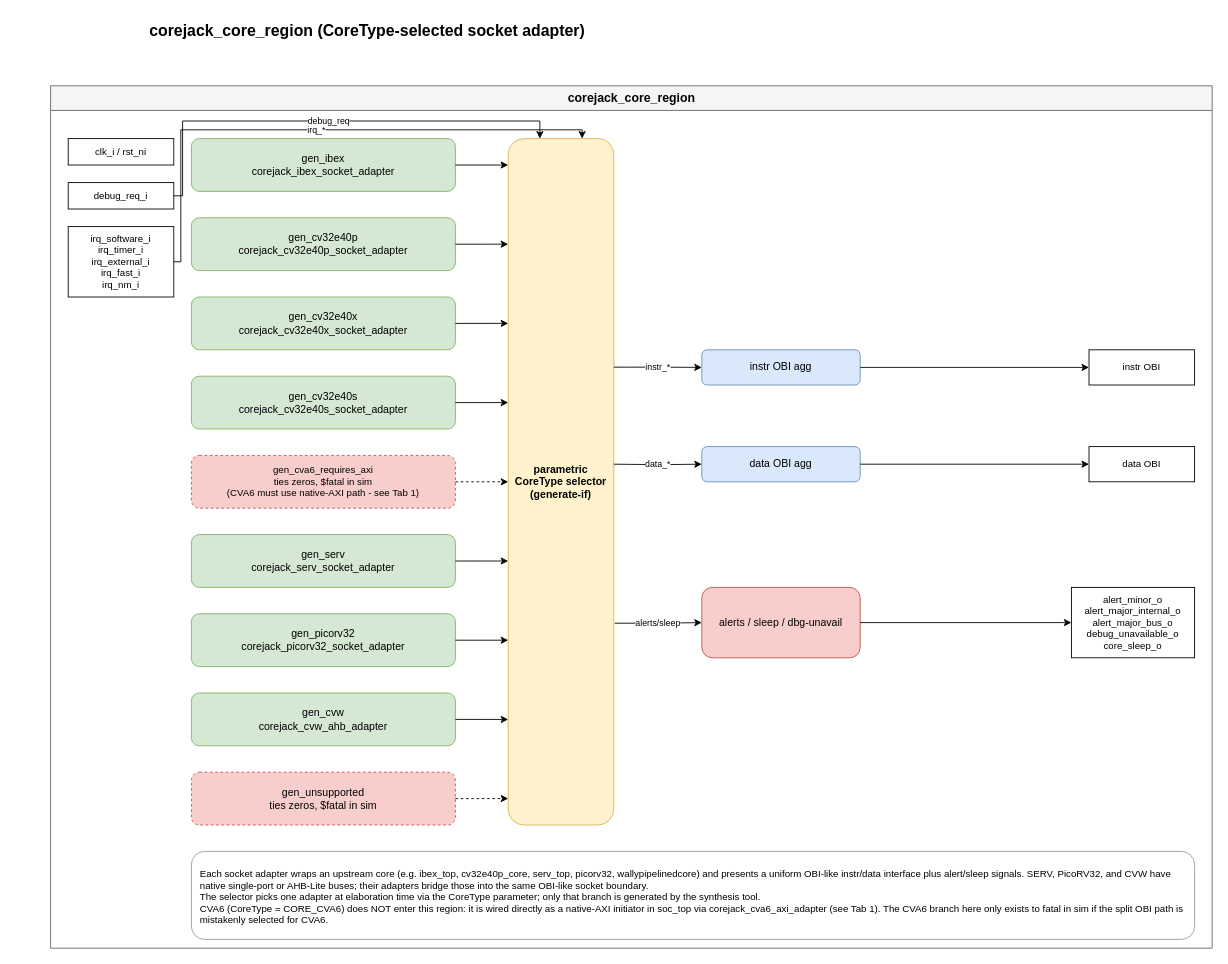
Above: page "Core Region" (3 of 8) of docs/media/corejack_soc.drawio in patrickerich/corejack (draw.io), before the change. Source tidied: cells renumbered, new cells numbered last; positions are measured from the earlier drawing's top-left corner, leaving out a move shared by most shapes. Both pictures are drawn from the tidied source at 88%, with x=0, y=0 at pixel (15, 15).
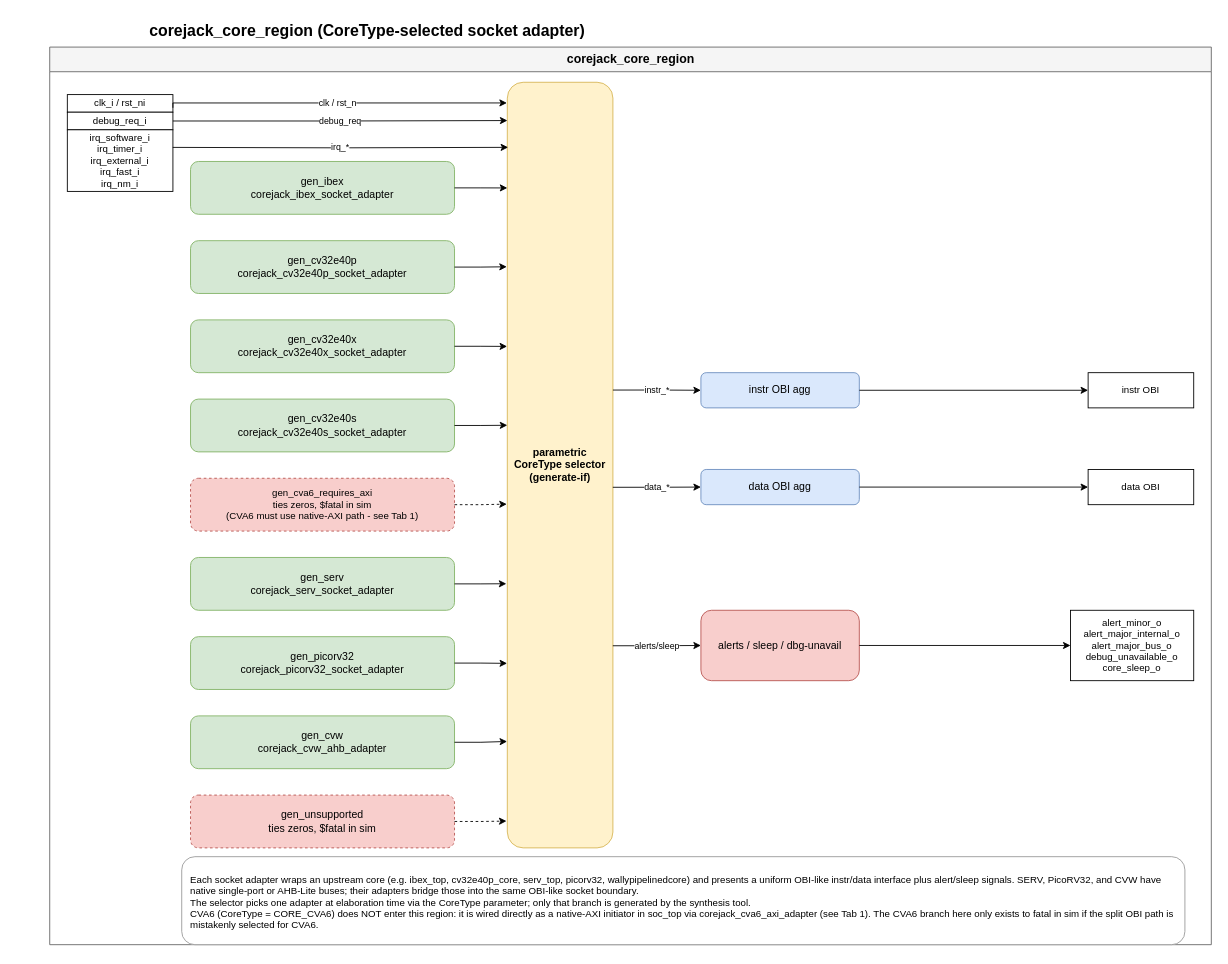
After the change.

The edit, as a diff of the source:
```diff
@@
     <mxCell id="3" value="corejack_core_region" style="swimlane;fontSize=14;fontStyle=1;html=1;startSize=28;fillColor=#F5F5F5;strokeColor=#666666;swimlaneFillColor=#FFFFFF;" parent="1" vertex="1">
-      <mxGeometry x="40" y="80" width="1320" height="980" as="geometry" />
+      <mxGeometry x="39" y="36" width="1320" height="1020" as="geometry" />
     </mxCell>
     <mxCell id="4" value="clk_i / rst_ni" style="rounded=0;whiteSpace=wrap;html=1;fillColor=#FFFFFF;strokeColor=#000000;fontSize=11;verticalAlign=middle;" parent="3" vertex="1">
-      <mxGeometry x="20" y="60" width="120" height="30" as="geometry" />
+      <mxGeometry x="20" y="54" width="120" height="20" as="geometry" />
     </mxCell>
     <mxCell id="5" value="debug_req_i" style="rounded=0;whiteSpace=wrap;html=1;fillColor=#FFFFFF;strokeColor=#000000;fontSize=11;verticalAlign=middle;" parent="3" vertex="1">
-      <mxGeometry x="20" y="110" width="120" height="30" as="geometry" />
+      <mxGeometry x="20" y="74" width="120" height="20" as="geometry" />
     </mxCell>
     <mxCell id="6" value="irq_software_i&#10;irq_timer_i&#10;irq_external_i&#10;irq_fast_i&#10;irq_nm_i" style="rounded=0;whiteSpace=wrap;html=1;fillColor=#FFFFFF;strokeColor=#000000;fontSize=11;verticalAlign=middle;" parent="3" vertex="1">
-      <mxGeometry x="20" y="160" width="120" height="80" as="geometry" />
+      <mxGeometry x="20" y="94" width="120" height="70" as="geometry" />
     </mxCell>
     <mxCell id="7" value="instr OBI" style="rounded=0;whiteSpace=wrap;html=1;fillColor=#FFFFFF;strokeColor=#000000;fontSize=11;verticalAlign=middle;" parent="3" vertex="1">
-      <mxGeometry x="1180" y="300" width="120" height="40" as="geometry" />
+      <mxGeometry x="1180" y="370" width="120" height="40" as="geometry" />
     </mxCell>
     <mxCell id="8" value="data OBI" style="rounded=0;whiteSpace=wrap;html=1;fillColor=#FFFFFF;strokeColor=#000000;fontSize=11;verticalAlign=middle;" parent="3" vertex="1">
-      <mxGeometry x="1180" y="410" width="120" height="40" as="geometry" />
+      <mxGeometry x="1180" y="480" width="120" height="40" as="geometry" />
     </mxCell>
     <mxCell id="9" value="alert_minor_o&#10;alert_major_internal_o&#10;alert_major_bus_o&#10;debug_unavailable_o&#10;core_sleep_o" style="rounded=0;whiteSpace=wrap;html=1;fillColor=#FFFFFF;strokeColor=#000000;fontSize=11;verticalAlign=middle;" parent="3" vertex="1">
-      <mxGeometry x="1160" y="570" width="140" height="80" as="geometry" />
+      <mxGeometry x="1160" y="640" width="140" height="80" as="geometry" />
     </mxCell>
     <mxCell id="10" value="gen_ibex&#10;corejack_ibex_socket_adapter" style="rounded=1;whiteSpace=wrap;html=1;fillColor=#d5e8d4;strokeColor=#82b366;fontSize=12;verticalAlign=middle;" parent="3" vertex="1">
-      <mxGeometry x="160" y="60" width="300" height="60" as="geometry" />
+      <mxGeometry x="160" y="130" width="300" height="60" as="geometry" />
     </mxCell>
     <mxCell id="11" value="gen_cv32e40p&#10;corejack_cv32e40p_socket_adapter" style="rounded=1;whiteSpace=wrap;html=1;fillColor=#d5e8d4;strokeColor=#82b366;fontSize=12;verticalAlign=middle;" parent="3" vertex="1">
-      <mxGeometry x="160" y="150" width="300" height="60" as="geometry" />
+      <mxGeometry x="160" y="220" width="300" height="60" as="geometry" />
     </mxCell>
     <mxCell id="12" value="gen_cv32e40x&#10;corejack_cv32e40x_socket_adapter" style="rounded=1;whiteSpace=wrap;html=1;fillColor=#d5e8d4;strokeColor=#82b366;fontSize=12;verticalAlign=middle;" parent="3" vertex="1">
-      <mxGeometry x="160" y="240" width="300" height="60" as="geometry" />
+      <mxGeometry x="160" y="310" width="300" height="60" as="geometry" />
     </mxCell>
     <mxCell id="13" value="gen_cv32e40s&#10;corejack_cv32e40s_socket_adapter" style="rounded=1;whiteSpace=wrap;html=1;fillColor=#d5e8d4;strokeColor=#82b366;fontSize=12;verticalAlign=middle;" parent="3" vertex="1">
-      <mxGeometry x="160" y="330" width="300" height="60" as="geometry" />
+      <mxGeometry x="160" y="400" width="300" height="60" as="geometry" />
     </mxCell>
     <mxCell id="14" value="gen_cva6_requires_axi&#10;ties zeros, $fatal in sim&#10;(CVA6 must use native-AXI path - see Tab 1)" style="rounded=1;whiteSpace=wrap;html=1;fillColor=#f8cecc;strokeColor=#b85450;fontSize=11;verticalAlign=middle;dashed=1;" parent="3" vertex="1">
-      <mxGeometry x="160" y="420" width="300" height="60" as="geometry" />
+      <mxGeometry x="160" y="490" width="300" height="60" as="geometry" />
     </mxCell>
     <mxCell id="15" value="gen_serv&#10;corejack_serv_socket_adapter" style="rounded=1;whiteSpace=wrap;html=1;fillColor=#d5e8d4;strokeColor=#82b366;fontSize=12;verticalAlign=middle;" parent="3" vertex="1">
-      <mxGeometry x="160" y="510" width="300" height="60" as="geometry" />
+      <mxGeometry x="160" y="580" width="300" height="60" as="geometry" />
     </mxCell>
     <mxCell id="16" value="gen_picorv32&#10;corejack_picorv32_socket_adapter" style="rounded=1;whiteSpace=wrap;html=1;fillColor=#d5e8d4;strokeColor=#82b366;fontSize=12;verticalAlign=middle;" parent="3" vertex="1">
-      <mxGeometry x="160" y="600" width="300" height="60" as="geometry" />
+      <mxGeometry x="160" y="670" width="300" height="60" as="geometry" />
     </mxCell>
     <mxCell id="17" value="gen_cvw&#10;corejack_cvw_ahb_adapter" style="rounded=1;whiteSpace=wrap;html=1;fillColor=#d5e8d4;strokeColor=#82b366;fontSize=12;verticalAlign=middle;" parent="3" vertex="1">
-      <mxGeometry x="160" y="690" width="300" height="60" as="geometry" />
+      <mxGeometry x="160" y="760" width="300" height="60" as="geometry" />
     </mxCell>
     <mxCell id="18" value="gen_unsupported&#10;ties zeros, $fatal in sim" style="rounded=1;whiteSpace=wrap;html=1;fillColor=#f8cecc;strokeColor=#b85450;fontSize=12;verticalAlign=middle;dashed=1;" parent="3" vertex="1">
-      <mxGeometry x="160" y="780" width="300" height="60" as="geometry" />
+      <mxGeometry x="160" y="850" width="300" height="60" as="geometry" />
     </mxCell>
     <mxCell id="19" value="parametric CoreType selector (generate-if)" style="rounded=1;whiteSpace=wrap;html=1;fillColor=#fff2cc;strokeColor=#d6b656;fontSize=12;fontStyle=1;verticalAlign=middle;writingMode=vertical-rl;" parent="3" vertex="1">
-      <mxGeometry x="520" y="60" width="120" height="780" as="geometry" />
+      <mxGeometry x="520" y="40" width="120" height="870" as="geometry" />
     </mxCell>
     <mxCell id="20" value="instr OBI agg" style="rounded=1;whiteSpace=wrap;html=1;fillColor=#dae8fc;strokeColor=#6c8ebf;fontSize=12;verticalAlign=middle;" parent="3" vertex="1">
-      <mxGeometry x="740" y="300" width="180" height="40" as="geometry" />
+      <mxGeometry x="740" y="370" width="180" height="40" as="geometry" />
     </mxCell>
     <mxCell id="21" value="data OBI agg" style="rounded=1;whiteSpace=wrap;html=1;fillColor=#dae8fc;strokeColor=#6c8ebf;fontSize=12;verticalAlign=middle;" parent="3" vertex="1">
-      <mxGeometry x="740" y="410" width="180" height="40" as="geometry" />
+      <mxGeometry x="740" y="480" width="180" height="40" as="geometry" />
     </mxCell>
     <mxCell id="22" value="alerts / sleep / dbg-unavail" style="rounded=1;whiteSpace=wrap;html=1;fillColor=#f8cecc;strokeColor=#b85450;fontSize=12;verticalAlign=middle;" parent="3" vertex="1">
-      <mxGeometry x="740" y="570" width="180" height="80" as="geometry" />
+      <mxGeometry x="740" y="640" width="180" height="80" as="geometry" />
     </mxCell>
     <mxCell id="23" value="Each socket adapter wraps an upstream core (e.g. ibex_top, cv32e40p_core, serv_top, picorv32, wallypipelinedcore) and presents a uniform OBI-like instr/data interface plus alert/sleep signals. SERV, PicoRV32, and CVW have native single-port or AHB-Lite buses; their adapters bridge those into the same OBI-like socket boundary.&#10;The selector picks one adapter at elaboration time via the CoreType parameter; only that branch is generated by the synthesis tool.&#10;CVA6 (CoreType = CORE_CVA6) does NOT enter this region: it is wired directly as a native-AXI initiator in soc_top via corejack_cva6_axi_adapter (see Tab 1). The CVA6 branch here only exists to fatal in sim if the split OBI path is mistakenly selected for CVA6." style="rounded=1;whiteSpace=wrap;html=1;fillColor=#FFFFFF;strokeColor=#999999;fontSize=11;align=left;spacingLeft=8;spacingTop=4;" parent="3" vertex="1">
-      <mxGeometry x="160" y="870" width="1140" height="100" as="geometry" />
+      <mxGeometry x="150" y="920" width="1140" height="100" as="geometry" />
     </mxCell>
-    <mxCell id="24" style="endArrow=classic;html=1;edgeStyle=orthogonalEdgeStyle;rounded=0;exitX=1;exitY=0.5;entryX=0;entryY=0.0385;fontSize=10;" parent="3" edge="1" source="10" target="19">
+    <mxCell id="24" style="endArrow=classic;html=1;edgeStyle=orthogonalEdgeStyle;rounded=0;exitX=1;exitY=0.5;entryX=0;entryY=0.138;fontSize=10;entryDx=0;entryDy=0;entryPerimeter=0;" parent="3" edge="1" source="10" target="19">
       <mxGeometry relative="1" as="geometry" />
     </mxCell>
-    <mxCell id="25" style="endArrow=classic;html=1;edgeStyle=orthogonalEdgeStyle;rounded=0;exitX=1;exitY=0.5;entryX=0;entryY=0.1538;fontSize=10;" parent="3" edge="1" source="11" target="19">
+    <mxCell id="25" style="endArrow=classic;html=1;edgeStyle=orthogonalEdgeStyle;rounded=0;exitX=1;exitY=0.5;entryX=-0.005;entryY=0.241;fontSize=10;entryDx=0;entryDy=0;entryPerimeter=0;" parent="3" edge="1" source="11" target="19">
       <mxGeometry relative="1" as="geometry" />
     </mxCell>
-    <mxCell id="26" style="endArrow=classic;html=1;edgeStyle=orthogonalEdgeStyle;rounded=0;exitX=1;exitY=0.5;entryX=0;entryY=0.2692;fontSize=10;" parent="3" edge="1" source="12" target="19">
+    <mxCell id="26" style="endArrow=classic;html=1;edgeStyle=orthogonalEdgeStyle;rounded=0;exitX=1;exitY=0.5;entryX=-0.002;entryY=0.345;fontSize=10;entryDx=0;entryDy=0;entryPerimeter=0;" parent="3" edge="1" source="12" target="19">
       <mxGeometry relative="1" as="geometry" />
     </mxCell>
-    <mxCell id="27" style="endArrow=classic;html=1;edgeStyle=orthogonalEdgeStyle;rounded=0;exitX=1;exitY=0.5;entryX=0;entryY=0.3846;fontSize=10;" parent="3" edge="1" source="13" target="19">
+    <mxCell id="27" style="endArrow=classic;html=1;edgeStyle=orthogonalEdgeStyle;rounded=0;exitX=1;exitY=0.5;entryX=0;entryY=0.448;fontSize=10;entryDx=0;entryDy=0;entryPerimeter=0;" parent="3" edge="1" source="13" target="19">
       <mxGeometry relative="1" as="geometry" />
     </mxCell>
-    <mxCell id="28" style="endArrow=classic;html=1;edgeStyle=orthogonalEdgeStyle;rounded=0;exitX=1;exitY=0.5;entryX=0;entryY=0.5;fontSize=10;dashed=1;" parent="3" edge="1" source="14" target="19">
+    <mxCell id="28" style="endArrow=classic;html=1;edgeStyle=orthogonalEdgeStyle;rounded=0;exitX=1;exitY=0.5;entryX=-0.005;entryY=0.551;fontSize=10;dashed=1;entryDx=0;entryDy=0;entryPerimeter=0;" parent="3" edge="1" source="14" target="19">
       <mxGeometry relative="1" as="geometry" />
     </mxCell>
-    <mxCell id="29" style="endArrow=classic;html=1;edgeStyle=orthogonalEdgeStyle;rounded=0;exitX=1;exitY=0.5;entryX=0;entryY=0.6154;fontSize=10;" parent="3" edge="1" source="15" target="19">
+    <mxCell id="29" style="endArrow=classic;html=1;edgeStyle=orthogonalEdgeStyle;rounded=0;exitX=1;exitY=0.5;entryX=-0.009;entryY=0.655;fontSize=10;entryDx=0;entryDy=0;entryPerimeter=0;" parent="3" edge="1" source="15" target="19">
       <mxGeometry relative="1" as="geometry" />
     </mxCell>
-    <mxCell id="30" style="endArrow=classic;html=1;edgeStyle=orthogonalEdgeStyle;rounded=0;exitX=1;exitY=0.5;entryX=0;entryY=0.7308;fontSize=10;" parent="3" edge="1" source="16" target="19">
+    <mxCell id="30" style="endArrow=classic;html=1;edgeStyle=orthogonalEdgeStyle;rounded=0;exitX=1;exitY=0.5;entryX=-0.002;entryY=0.759;fontSize=10;entryDx=0;entryDy=0;entryPerimeter=0;" parent="3" edge="1" source="16" target="19">
       <mxGeometry relative="1" as="geometry" />
     </mxCell>
-    <mxCell id="31" style="endArrow=classic;html=1;edgeStyle=orthogonalEdgeStyle;rounded=0;exitX=1;exitY=0.5;entryX=0;entryY=0.8462;fontSize=10;" parent="3" edge="1" source="17" target="19">
+    <mxCell id="31" style="endArrow=classic;html=1;edgeStyle=orthogonalEdgeStyle;rounded=0;exitX=1;exitY=0.5;fontSize=10;entryX=-0.002;entryY=0.861;entryDx=0;entryDy=0;entryPerimeter=0;" parent="3" edge="1" source="17" target="19">
       <mxGeometry relative="1" as="geometry" />
     </mxCell>
-    <mxCell id="32" style="endArrow=classic;html=1;edgeStyle=orthogonalEdgeStyle;rounded=0;exitX=1;exitY=0.5;entryX=0;entryY=0.9615;fontSize=10;dashed=1;" parent="3" edge="1" source="18" target="19">
+    <mxCell id="32" style="endArrow=classic;html=1;edgeStyle=orthogonalEdgeStyle;rounded=0;exitX=1;exitY=0.5;entryX=-0.008;entryY=0.965;fontSize=10;dashed=1;entryDx=0;entryDy=0;entryPerimeter=0;" parent="3" edge="1" source="18" target="19">
       <mxGeometry relative="1" as="geometry" />
     </mxCell>
-    <mxCell id="33" value="instr_*" style="endArrow=classic;html=1;edgeStyle=orthogonalEdgeStyle;rounded=0;exitX=1;exitY=0.333;entryX=0;entryY=0.5;fontSize=10;" parent="3" edge="1" source="19" target="20">
+    <mxCell id="33" value="instr_*" style="endArrow=classic;html=1;edgeStyle=orthogonalEdgeStyle;rounded=0;exitX=1;exitY=0.402;entryX=0;entryY=0.5;fontSize=10;exitDx=0;exitDy=0;exitPerimeter=0;" parent="3" edge="1" source="19" target="20">
       <mxGeometry relative="1" as="geometry" />
     </mxCell>
-    <mxCell id="34" value="data_*" style="endArrow=classic;html=1;edgeStyle=orthogonalEdgeStyle;rounded=0;entryX=0;entryY=0.5;fontSize=10;" parent="3" edge="1" target="21">
-      <mxGeometry relative="1" as="geometry">
-        <mxPoint x="640" y="430" as="sourcePoint" />
-      </mxGeometry>
+    <mxCell id="34" value="data_*" style="endArrow=classic;html=1;edgeStyle=orthogonalEdgeStyle;rounded=0;exitX=0.999;exitY=0.529;entryX=0;entryY=0.5;fontSize=10;exitDx=0;exitDy=0;exitPerimeter=0;" parent="3" edge="1" source="19" target="21">
+      <mxGeometry relative="1" as="geometry" />
     </mxCell>
-    <mxCell id="35" value="alerts/sleep" style="endArrow=classic;html=1;edgeStyle=orthogonalEdgeStyle;rounded=0;exitX=1.01;exitY=0.706;entryX=0;entryY=0.5;fontSize=10;exitDx=0;exitDy=0;exitPerimeter=0;" parent="3" edge="1" source="19" target="22">
+    <mxCell id="35" value="alerts/sleep" style="endArrow=classic;html=1;edgeStyle=orthogonalEdgeStyle;rounded=0;exitX=0.999;exitY=0.736;entryX=0;entryY=0.5;fontSize=10;exitDx=0;exitDy=0;exitPerimeter=0;" parent="3" edge="1" source="19" target="22">
       <mxGeometry relative="1" as="geometry" />
     </mxCell>
@@
+    <mxCell id="40" value="irq_*" style="endArrow=classic;html=1;edgeStyle=orthogonalEdgeStyle;rounded=0;fontSize=10;entryX=0.008;entryY=0.085;entryDx=0;entryDy=0;entryPerimeter=0;" parent="3" edge="1" target="19">
+      <mxGeometry relative="1" as="geometry">
+        <mxPoint x="139.8" y="114" as="sourcePoint" />
+      </mxGeometry>
+    </mxCell>
+    <mxCell id="41" value="clk / rst_n" style="endArrow=classic;html=1;edgeStyle=orthogonalEdgeStyle;rounded=0;fontSize=10;entryX=-0.004;entryY=0.027;entryDx=0;entryDy=0;entryPerimeter=0;" parent="3" edge="1" target="19">
+      <mxGeometry relative="1" as="geometry">
+        <mxPoint x="140" y="69" as="sourcePoint" />
+        <Array as="points">
+          <mxPoint x="140" y="64" />
+        </Array>
+      </mxGeometry>
+    </mxCell>
-    <mxCell id="39" value="debug_req" style="endArrow=classic;html=1;edgeStyle=orthogonalEdgeStyle;rounded=0;exitX=1;exitY=0.5;entryX=0.3;entryY=0;fontSize=10;" parent="3" edge="1" source="5" target="19">
-      <mxGeometry relative="1" as="geometry">
-        <Array as="points">
-          <mxPoint x="150" y="125" />
-          <mxPoint x="150" y="40" />
-          <mxPoint x="556" y="40" />
-        </Array>
-      </mxGeometry>
+    <mxCell id="39" value="debug_req" style="endArrow=classic;html=1;edgeStyle=orthogonalEdgeStyle;rounded=0;fontSize=10;exitX=1;exitY=0.5;exitDx=0;exitDy=0;entryX=0.001;entryY=0.05;entryDx=0;entryDy=0;entryPerimeter=0;" parent="3" edge="1" source="5" target="19">
+      <mxGeometry relative="1" as="geometry" />
     </mxCell>
-    <mxCell id="40" value="irq_*" style="endArrow=classic;html=1;edgeStyle=orthogonalEdgeStyle;rounded=0;exitX=1;exitY=0.5;entryX=0.7;entryY=0;fontSize=10;" parent="3" edge="1" source="6" target="19">
-      <mxGeometry relative="1" as="geometry">
-        <Array as="points">
-          <mxPoint x="148" y="200" />
-          <mxPoint x="148" y="50" />
-          <mxPoint x="604" y="50" />
-        </Array>
-      </mxGeometry>
-    </mxCell>
```
